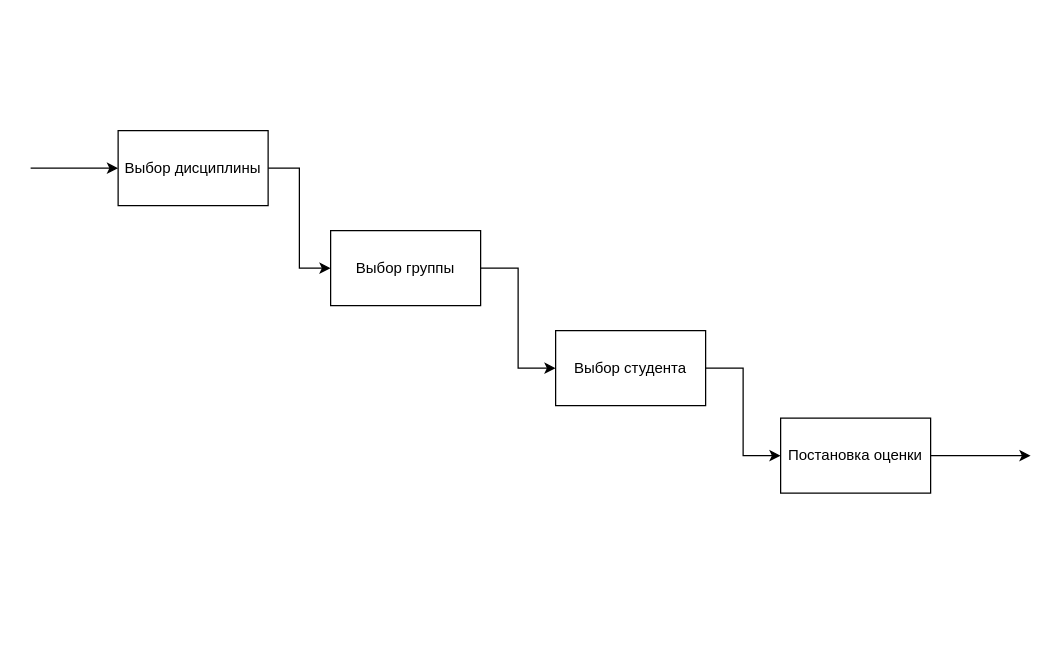
The draw.io diagram IDEF.drawio in PaulMatthewss/PP2, before the edit. Source tidied: cells renumbered, new cells numbered last; positions are measured from the earlier drawing's top-left corner, leaving out a move shared by most shapes. Both pictures are drawn from the tidied source at 125%, with x=0, y=0 at pixel (30, 130).
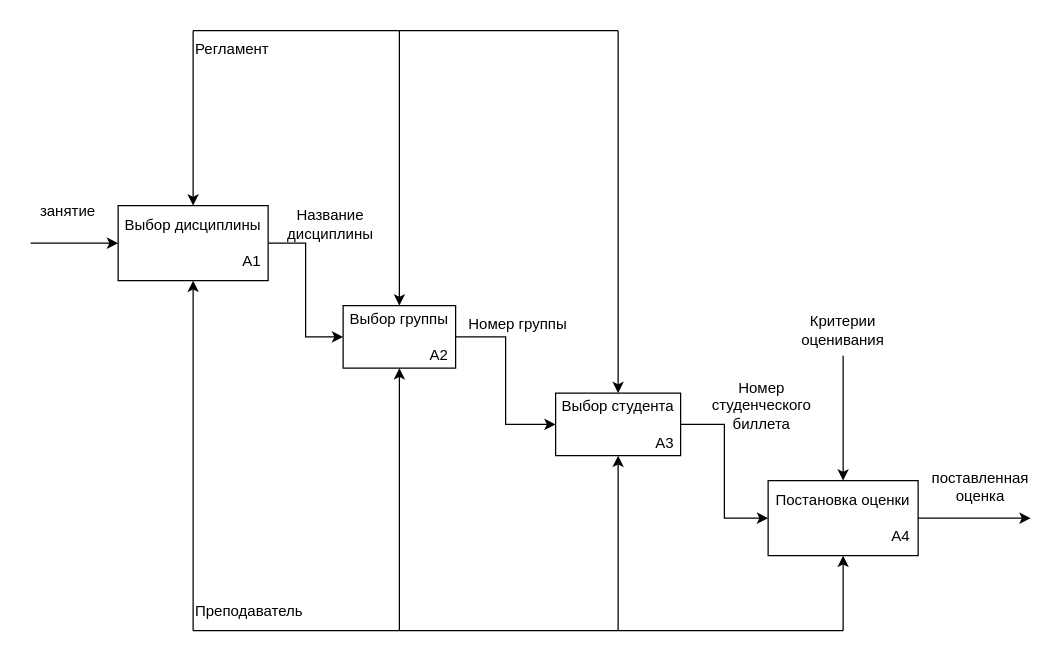
The same diagram, later.

Change to the diagram source:
```diff
@@
-    <mxCell id="3" value="Выбор группы" style="rounded=0;whiteSpace=wrap;html=1;" parent="1" vertex="1">
-      <mxGeometry x="240" y="80" width="120" height="60" as="geometry" />
+    <mxCell id="3" value="Выбор группы&lt;br style=&quot;border-color: var(--border-color);&quot;&gt;&lt;br style=&quot;border-color: var(--border-color);&quot;&gt;&lt;div style=&quot;text-align: right; border-color: var(--border-color);&quot;&gt;&lt;span style=&quot;white-space: pre;&quot;&gt;&amp;nbsp;&amp;nbsp;&amp;nbsp;&amp;nbsp;&lt;/span&gt;&lt;span style=&quot;border-color: var(--border-color); background-color: initial;&quot;&gt;&lt;span style=&quot;white-space: pre;&quot;&gt;&amp;nbsp;&amp;nbsp;&amp;nbsp;&amp;nbsp;&lt;/span&gt;&lt;/span&gt;&lt;span style=&quot;border-color: var(--border-color); background-color: initial;&quot;&gt;A2&lt;/span&gt;&lt;/div&gt;" style="rounded=0;whiteSpace=wrap;html=1;" parent="1" vertex="1">
+      <mxGeometry x="250" y="140" width="90" height="50" as="geometry" />
     </mxCell>
@@
-    <mxCell id="5" value="Выбор дисциплины" style="rounded=0;whiteSpace=wrap;html=1;" parent="1" vertex="1">
-      <mxGeometry x="70" width="120" height="60" as="geometry" />
+    <mxCell id="5" value="Выбор дисциплины&lt;br&gt;&lt;br&gt;&lt;div style=&quot;text-align: right;&quot;&gt;&lt;span style=&quot;background-color: initial; white-space: pre;&quot;&gt;&#9;&lt;/span&gt;&lt;span style=&quot;background-color: initial; white-space: pre;&quot;&gt;&#9;&lt;/span&gt;&lt;span style=&quot;background-color: initial;&quot;&gt;A1&lt;/span&gt;&lt;/div&gt;" style="rounded=0;whiteSpace=wrap;html=1;align=center;" parent="1" vertex="1">
+      <mxGeometry x="70" y="60" width="120" height="60" as="geometry" />
     </mxCell>
@@
-    <mxCell id="7" value="Выбор студента" style="rounded=0;whiteSpace=wrap;html=1;" parent="1" vertex="1">
-      <mxGeometry x="420" y="160" width="120" height="60" as="geometry" />
+    <mxCell id="7" value="Выбор студента&lt;br style=&quot;border-color: var(--border-color);&quot;&gt;&lt;br style=&quot;border-color: var(--border-color);&quot;&gt;&lt;div style=&quot;border-color: var(--border-color); text-align: right;&quot;&gt;&lt;span style=&quot;white-space: pre;&quot;&gt;&amp;nbsp;&amp;nbsp;&amp;nbsp;&amp;nbsp;&lt;/span&gt;&lt;span style=&quot;border-color: var(--border-color); background-color: initial;&quot;&gt;&lt;span style=&quot;white-space: pre;&quot;&gt;&amp;nbsp;&amp;nbsp;&amp;nbsp;&amp;nbsp;&lt;/span&gt;&lt;/span&gt;&lt;span style=&quot;border-color: var(--border-color); background-color: initial;&quot;&gt;A3&lt;/span&gt;&lt;/div&gt;" style="rounded=0;whiteSpace=wrap;html=1;" parent="1" vertex="1">
+      <mxGeometry x="420" y="210" width="100" height="50" as="geometry" />
     </mxCell>
-    <mxCell id="8" value="Постановка оценки" style="rounded=0;whiteSpace=wrap;html=1;" parent="1" vertex="1">
-      <mxGeometry x="600" y="230" width="120" height="60" as="geometry" />
+    <mxCell id="8" value="Постановка оценки&lt;br style=&quot;border-color: var(--border-color);&quot;&gt;&lt;br style=&quot;border-color: var(--border-color);&quot;&gt;&lt;div style=&quot;border-color: var(--border-color); text-align: right;&quot;&gt;&lt;span style=&quot;white-space: pre;&quot;&gt;&amp;nbsp;&amp;nbsp;&amp;nbsp;&amp;nbsp;&lt;/span&gt;&lt;span style=&quot;border-color: var(--border-color); background-color: initial;&quot;&gt;&lt;span style=&quot;white-space: pre;&quot;&gt;&amp;nbsp;&amp;nbsp;&amp;nbsp;&amp;nbsp;&lt;/span&gt;&lt;/span&gt;&lt;span style=&quot;border-color: var(--border-color); background-color: initial;&quot;&gt;A4&lt;/span&gt;&lt;/div&gt;" style="rounded=0;whiteSpace=wrap;html=1;" parent="1" vertex="1">
+      <mxGeometry x="590" y="280" width="120" height="60" as="geometry" />
     </mxCell>
     <mxCell id="9" style="endArrow=classic;html=1;rounded=0;" parent="1" edge="1" target="5">
       <mxGeometry relative="1" as="geometry">
-        <mxPoint y="30" as="sourcePoint" />
+        <mxPoint y="90" as="sourcePoint" />
       </mxGeometry>
     </mxCell>
     <mxCell id="10" style="endArrow=classic;html=1;rounded=0;" parent="1" edge="1" source="8">
       <mxGeometry relative="1" as="geometry">
-        <mxPoint x="800" y="260" as="targetPoint" />
+        <mxPoint x="800" y="310" as="targetPoint" />
       </mxGeometry>
     </mxCell>
+    <mxCell id="11" style="endArrow=classic;html=1;rounded=0;" parent="1" edge="1" target="5">
+      <mxGeometry relative="1" as="geometry">
+        <mxPoint x="130" y="400" as="sourcePoint" />
+      </mxGeometry>
+    </mxCell>
+    <mxCell id="12" style="endArrow=classic;html=1;rounded=0;" parent="1" edge="1" target="3">
+      <mxGeometry relative="1" as="geometry">
+        <mxPoint x="295" y="400" as="sourcePoint" />
+      </mxGeometry>
+    </mxCell>
+    <mxCell id="13" style="endArrow=classic;html=1;rounded=0;" parent="1" edge="1" target="7">
+      <mxGeometry relative="1" as="geometry">
+        <mxPoint x="470" y="400" as="sourcePoint" />
+      </mxGeometry>
+    </mxCell>
+    <mxCell id="14" style="endArrow=classic;html=1;rounded=0;" parent="1" edge="1" target="8">
+      <mxGeometry relative="1" as="geometry">
+        <mxPoint x="650" y="400" as="sourcePoint" />
+      </mxGeometry>
+    </mxCell>
+    <mxCell id="15" style="endArrow=none;html=1;rounded=0;" parent="1" edge="1">
+      <mxGeometry relative="1" as="geometry">
+        <mxPoint x="130" y="400" as="sourcePoint" />
+        <mxPoint x="650" y="400" as="targetPoint" />
+      </mxGeometry>
+    </mxCell>
+    <mxCell id="16" value="Преподаватель" style="text;html=1;align=left;verticalAlign=middle;whiteSpace=wrap;rounded=0;" parent="1" vertex="1">
+      <mxGeometry x="130" y="370" width="110" height="30" as="geometry" />
+    </mxCell>
+    <mxCell id="17" style="endArrow=classic;html=1;rounded=0;" parent="1" edge="1" target="5">
+      <mxGeometry relative="1" as="geometry">
+        <mxPoint x="130" y="-80" as="sourcePoint" />
+      </mxGeometry>
+    </mxCell>
+    <mxCell id="18" style="endArrow=classic;html=1;rounded=0;" parent="1" edge="1" target="3">
+      <mxGeometry relative="1" as="geometry">
+        <mxPoint x="295" y="-80" as="sourcePoint" />
+      </mxGeometry>
+    </mxCell>
+    <mxCell id="19" style="endArrow=classic;html=1;rounded=0;" parent="1" edge="1" target="7">
+      <mxGeometry relative="1" as="geometry">
+        <mxPoint x="470" y="-80" as="sourcePoint" />
+      </mxGeometry>
+    </mxCell>
+    <mxCell id="20" style="endArrow=none;html=1;rounded=0;" parent="1" edge="1">
+      <mxGeometry relative="1" as="geometry">
+        <mxPoint x="130" y="-80" as="sourcePoint" />
+        <mxPoint x="470" y="-80" as="targetPoint" />
+      </mxGeometry>
+    </mxCell>
+    <mxCell id="21" value="Регламент" style="text;html=1;align=left;verticalAlign=middle;whiteSpace=wrap;rounded=0;" parent="1" vertex="1">
+      <mxGeometry x="130" y="-80" width="160" height="30" as="geometry" />
+    </mxCell>
+    <mxCell id="22" style="endArrow=classic;html=1;rounded=0;" parent="1" edge="1" target="8">
+      <mxGeometry relative="1" as="geometry">
+        <mxPoint x="650" y="180" as="sourcePoint" />
+      </mxGeometry>
+    </mxCell>
+    <mxCell id="23" value="Критерии оценивания" style="text;html=1;align=center;verticalAlign=middle;whiteSpace=wrap;rounded=0;" parent="1" vertex="1">
+      <mxGeometry x="605" y="140" width="90" height="40" as="geometry" />
+    </mxCell>
+    <mxCell id="24" value="Название дисциплины" style="text;html=1;align=center;verticalAlign=middle;whiteSpace=wrap;rounded=0;" parent="1" vertex="1">
+      <mxGeometry x="190" y="60" width="100" height="30" as="geometry" />
+    </mxCell>
+    <mxCell id="25" value="Номер группы" style="text;html=1;align=center;verticalAlign=middle;whiteSpace=wrap;rounded=0;" parent="1" vertex="1">
+      <mxGeometry x="340" y="140" width="100" height="30" as="geometry" />
+    </mxCell>
+    <mxCell id="26" value="Номер студенческого биллета" style="text;html=1;align=center;verticalAlign=middle;whiteSpace=wrap;rounded=0;" parent="1" vertex="1">
+      <mxGeometry x="530" y="200" width="110" height="40" as="geometry" />
+    </mxCell>
+    <mxCell id="27" value="поставленная оценка" style="text;html=1;align=center;verticalAlign=middle;whiteSpace=wrap;rounded=0;" parent="1" vertex="1">
+      <mxGeometry x="730" y="270" width="60" height="30" as="geometry" />
+    </mxCell>
+    <mxCell id="28" value="занятие" style="text;html=1;align=center;verticalAlign=middle;whiteSpace=wrap;rounded=0;" parent="1" vertex="1">
+      <mxGeometry y="50" width="60" height="30" as="geometry" />
+    </mxCell>
```
